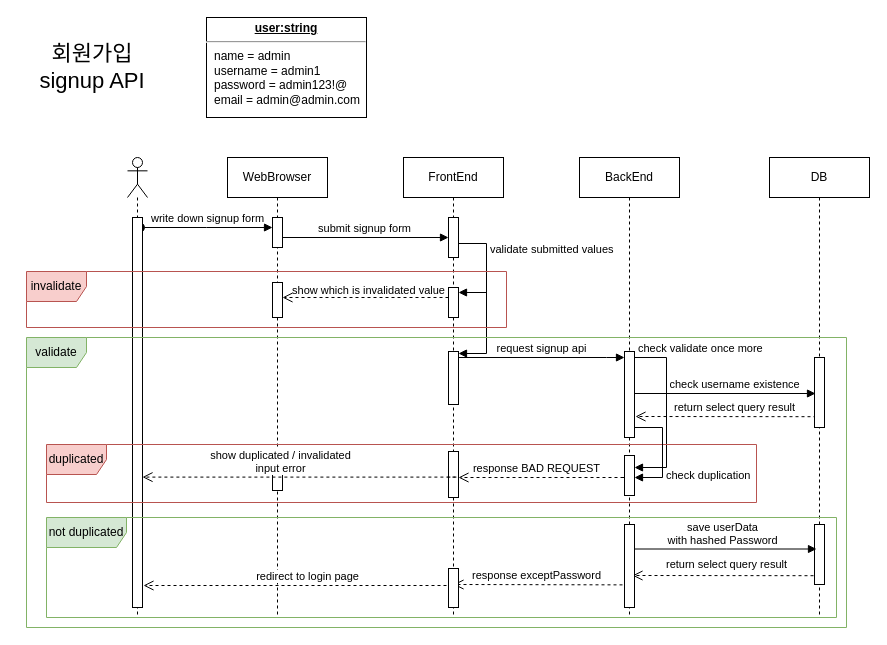
The draw.io diagram diagrams/signup.drawio in sh5080/starRoad, before the edit. Source tidied: cells renumbered, new cells numbered last; positions are measured from the earlier drawing's top-left corner, leaving out a move shared by most shapes. Both pictures are drawn from the tidied source at 100%, with x=0, y=0 at pixel (17, 17).
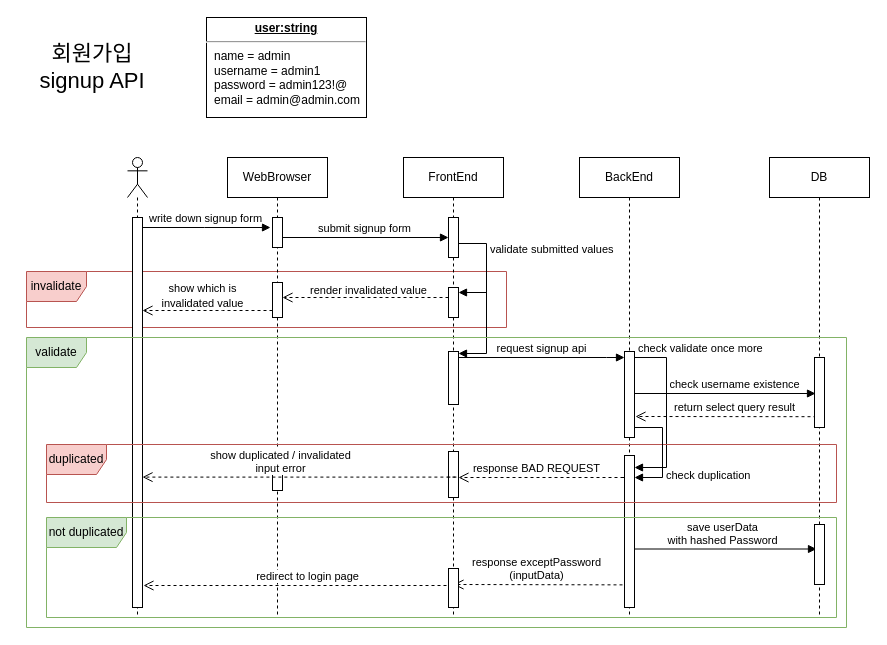
After the change.

Commit message (it also covers changes not shown here):
Fix: 실제 반환되는 값 확인 후 수정

Unchanged cells that the change refers to:
```xml
<mxCell id="10" style="html=1;points=[];perimeter=orthogonalPerimeter;outlineConnect=0;targetShapes=umlLifeline;portConstraint=eastwest;newEdgeStyle={&quot;edgeStyle&quot;:&quot;elbowEdgeStyle&quot;,&quot;elbow&quot;:&quot;vertical&quot;,&quot;curved&quot;:0,&quot;rounded&quot;:0};" parent="6" vertex="1">
  <mxGeometry x="45" y="130" width="10" height="30" as="geometry" />
</mxCell>
<mxCell id="11" value="BackEnd" style="shape=umlLifeline;perimeter=lifelinePerimeter;whiteSpace=wrap;html=1;newEdgeStyle={&quot;edgeStyle&quot;:&quot;elbowEdgeStyle&quot;,&quot;elbow&quot;:&quot;vertical&quot;,&quot;curved&quot;:0,&quot;rounded&quot;:0};" parent="1" vertex="1">
  <mxGeometry x="562" y="140" width="100" height="460" as="geometry" />
</mxCell>
<mxCell id="20" style="html=1;points=[];perimeter=orthogonalPerimeter;outlineConnect=0;targetShapes=umlLifeline;portConstraint=eastwest;newEdgeStyle={&quot;edgeStyle&quot;:&quot;elbowEdgeStyle&quot;,&quot;elbow&quot;:&quot;vertical&quot;,&quot;curved&quot;:0,&quot;rounded&quot;:0};" parent="19" vertex="1">
  <mxGeometry x="45" y="60" width="10" height="30" as="geometry" />
</mxCell>
<mxCell id="26" style="html=1;points=[];perimeter=orthogonalPerimeter;outlineConnect=0;targetShapes=umlLifeline;portConstraint=eastwest;newEdgeStyle={&quot;edgeStyle&quot;:&quot;elbowEdgeStyle&quot;,&quot;elbow&quot;:&quot;vertical&quot;,&quot;curved&quot;:0,&quot;rounded&quot;:0};" parent="1" vertex="1">
  <mxGeometry x="255" y="265" width="10" height="35" as="geometry" />
</mxCell>
```

Change to the diagram source:
```diff
@@
+    <mxCell id="40" value="response exceptPassword&lt;br&gt;(inputData)" style="html=1;verticalAlign=bottom;endArrow=open;dashed=1;endSize=8;edgeStyle=elbowEdgeStyle;elbow=vertical;curved=0;rounded=0;" parent="1" edge="1">
+      <mxGeometry x="0.08" relative="1" as="geometry">
+        <mxPoint x="617" y="567.4" as="sourcePoint" />
+        <mxPoint x="436" y="567.3" as="targetPoint" />
+      </mxGeometry>
+    </mxCell>
+    <mxCell id="38" value="save userData &lt;br&gt;with hashed Password" style="html=1;verticalAlign=bottom;startArrow=none;endArrow=block;startSize=8;edgeStyle=elbowEdgeStyle;elbow=vertical;curved=0;rounded=0;startFill=0;" parent="1" edge="1">
+      <mxGeometry x="0.01" relative="1" as="geometry">
+        <mxPoint x="609" y="531.5" as="sourcePoint" />
+        <mxPoint x="799" y="531.5" as="targetPoint" />
+        <Array as="points">
+          <mxPoint x="709" y="531.5" />
+        </Array>
+      </mxGeometry>
+    </mxCell>
+    <mxCell id="24" value="invalidate" style="shape=umlFrame;whiteSpace=wrap;html=1;fillColor=#f8cecc;strokeColor=#b85450;" parent="1" vertex="1">
+      <mxGeometry x="9" y="254" width="480" height="56" as="geometry" />
+    </mxCell>
@@
-    <mxCell id="5" value="write down signup form" style="html=1;verticalAlign=bottom;startArrow=oval;endArrow=block;startSize=8;edgeStyle=elbowEdgeStyle;elbow=vertical;curved=0;rounded=0;" parent="1" edge="1" target="20">
+    <mxCell id="5" value="write down signup form" style="html=1;verticalAlign=bottom;startArrow=oval;endArrow=block;startSize=8;edgeStyle=elbowEdgeStyle;elbow=vertical;curved=0;rounded=0;" parent="1" edge="1">
       <mxGeometry x="0.02" relative="1" as="geometry">
-        <mxPoint x="123" y="210" as="sourcePoint" />
+        <mxPoint x="121" y="210" as="sourcePoint" />
+        <mxPoint x="253" y="210" as="targetPoint" />
       </mxGeometry>
     </mxCell>
@@
     <mxCell id="13" style="html=1;points=[];perimeter=orthogonalPerimeter;outlineConnect=0;targetShapes=umlLifeline;portConstraint=eastwest;newEdgeStyle={&quot;edgeStyle&quot;:&quot;elbowEdgeStyle&quot;,&quot;elbow&quot;:&quot;vertical&quot;,&quot;curved&quot;:0,&quot;rounded&quot;:0};" parent="11" vertex="1">
-      <mxGeometry x="45" y="298" width="10" height="40" as="geometry" />
+      <mxGeometry x="45" y="298" width="10" height="152" as="geometry" />
     </mxCell>
@@
-    <mxCell id="24" value="invalidate" style="shape=umlFrame;whiteSpace=wrap;html=1;fillColor=#f8cecc;strokeColor=#b85450;" parent="1" vertex="1">
-      <mxGeometry x="9" y="254" width="480" height="56" as="geometry" />
-    </mxCell>
-    <mxCell id="25" style="html=1;verticalAlign=bottom;endArrow=open;dashed=1;endSize=8;edgeStyle=elbowEdgeStyle;elbow=vertical;curved=0;rounded=0;" parent="1" edge="1" source="10" target="26">
+    <mxCell id="25" style="html=1;verticalAlign=bottom;endArrow=open;dashed=1;endSize=8;edgeStyle=elbowEdgeStyle;elbow=vertical;curved=0;rounded=0;" parent="1" edge="1" source="10">
       <mxGeometry relative="1" as="geometry">
+        <mxPoint x="265" y="280" as="targetPoint" />
         <Array as="points">
           <mxPoint x="359" y="280" />
         </Array>
       </mxGeometry>
     </mxCell>
@@
-    <mxCell id="29" value="&lt;font style=&quot;font-size: 11px;&quot;&gt;show which is invalidated value&lt;/font&gt;" style="text;html=1;align=center;verticalAlign=middle;strokeColor=none;fillColor=none;" parent="1" vertex="1">
-      <mxGeometry x="261" y="258" width="180" height="30" as="geometry" />
+    <mxCell id="29" value="&lt;font style=&quot;font-size: 11px;&quot;&gt;render invalidated value&lt;/font&gt;" style="text;html=1;align=center;verticalAlign=middle;strokeColor=none;fillColor=none;" parent="1" vertex="1">
+      <mxGeometry x="281" y="258" width="140" height="30" as="geometry" />
     </mxCell>
@@
     <mxCell id="31" value="duplicated" style="shape=umlFrame;whiteSpace=wrap;html=1;fillColor=#f8cecc;strokeColor=#b85450;" parent="1" vertex="1">
-      <mxGeometry x="29" y="427" width="710" height="58" as="geometry" />
+      <mxGeometry x="29" y="427" width="790" height="58" as="geometry" />
     </mxCell>
@@
-    <mxCell id="38" value="save userData &lt;br&gt;with hashed Password" style="html=1;verticalAlign=bottom;startArrow=none;endArrow=block;startSize=8;edgeStyle=elbowEdgeStyle;elbow=vertical;curved=0;rounded=0;startFill=0;" parent="1" edge="1">
-      <mxGeometry x="0.01" relative="1" as="geometry">
-        <mxPoint x="609" y="531.5" as="sourcePoint" />
-        <mxPoint x="799" y="531.5" as="targetPoint" />
-        <Array as="points">
-          <mxPoint x="709" y="531.5" />
-        </Array>
-      </mxGeometry>
-    </mxCell>
-    <mxCell id="39" value="return select query result" style="html=1;verticalAlign=bottom;endArrow=open;dashed=1;endSize=8;edgeStyle=elbowEdgeStyle;elbow=vertical;curved=0;rounded=0;" parent="1" edge="1">
-      <mxGeometry x="-0.04" y="-2" relative="1" as="geometry">
-        <mxPoint x="796" y="558.2" as="sourcePoint" />
-        <mxPoint x="615" y="558.1" as="targetPoint" />
-      </mxGeometry>
-    </mxCell>
-    <mxCell id="40" value="response exceptPassword" style="html=1;verticalAlign=bottom;endArrow=open;dashed=1;endSize=8;edgeStyle=elbowEdgeStyle;elbow=vertical;curved=0;rounded=0;" parent="1" edge="1">
-      <mxGeometry x="0.08" relative="1" as="geometry">
-        <mxPoint x="617" y="567.4" as="sourcePoint" />
-        <mxPoint x="436" y="567.3" as="targetPoint" />
-      </mxGeometry>
-    </mxCell>
-    <mxCell id="41" style="html=1;perimeter=orthogonalPerimeter;targetShapes=umlLifeline;newEdgeStyle={&quot;edgeStyle&quot;:&quot;elbowEdgeStyle&quot;,&quot;elbow&quot;:&quot;vertical&quot;,&quot;curved&quot;:0,&quot;rounded&quot;:0};" parent="1" vertex="1">
-      <mxGeometry x="607" y="507" width="10" height="83" as="geometry" />
-    </mxCell>
@@
+    <mxCell id="44" style="html=1;verticalAlign=bottom;endArrow=open;dashed=1;endSize=8;edgeStyle=elbowEdgeStyle;elbow=vertical;curved=0;rounded=0;" parent="1" edge="1" source="26">
+      <mxGeometry relative="1" as="geometry">
+        <mxPoint x="125" y="293" as="targetPoint" />
+        <Array as="points">
+          <mxPoint x="205" y="293" />
+        </Array>
+      </mxGeometry>
+    </mxCell>
+    <mxCell id="45" value="&lt;font style=&quot;font-size: 11px;&quot;&gt;show which is &lt;br&gt;invalidated value&lt;/font&gt;" style="text;html=1;align=center;verticalAlign=middle;strokeColor=none;fillColor=none;" parent="1" vertex="1">
+      <mxGeometry x="130" y="258" width="110" height="40" as="geometry" />
+    </mxCell>
```
